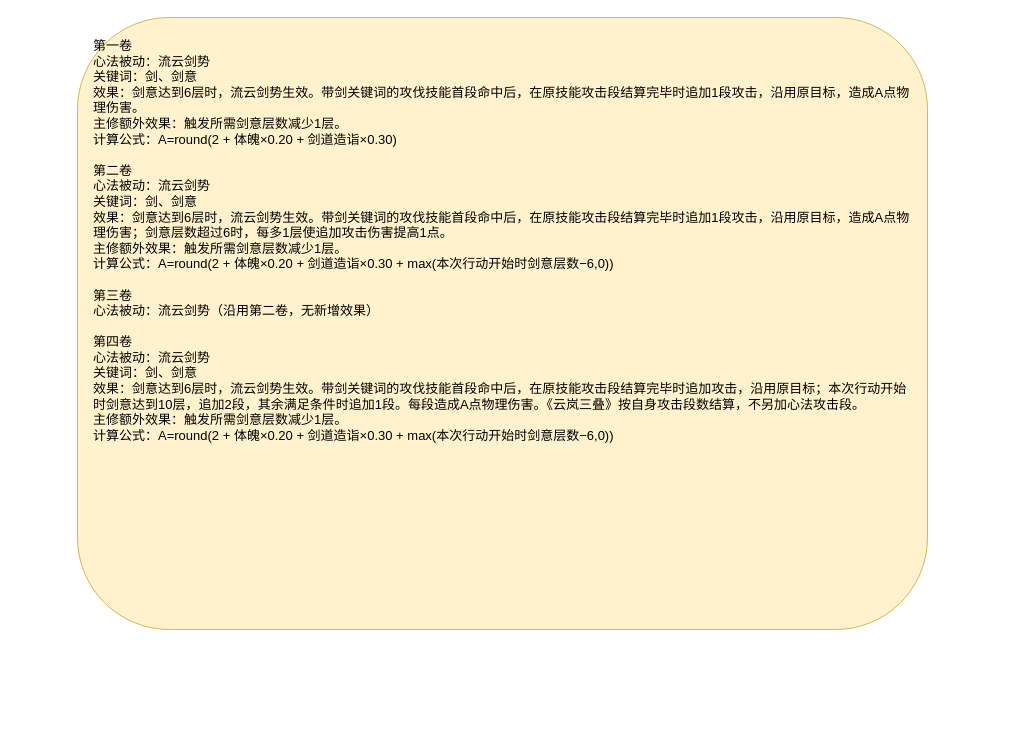
ankundanetracyc-spec/tian-guan-you-du keeps this draw.io diagram as page "流云剑势" (1 of 2) of docs/卡牌词典/秘籍技能/舒卷天章/心法.drawio. Above is the earlier version. Source tidied: cells renumbered, new cells numbered last; positions are measured from the earlier drawing's top-left corner, leaving out a move shared by most shapes. Both pictures are drawn from the tidied source at 100%, with x=0, y=0 at pixel (77, 17).
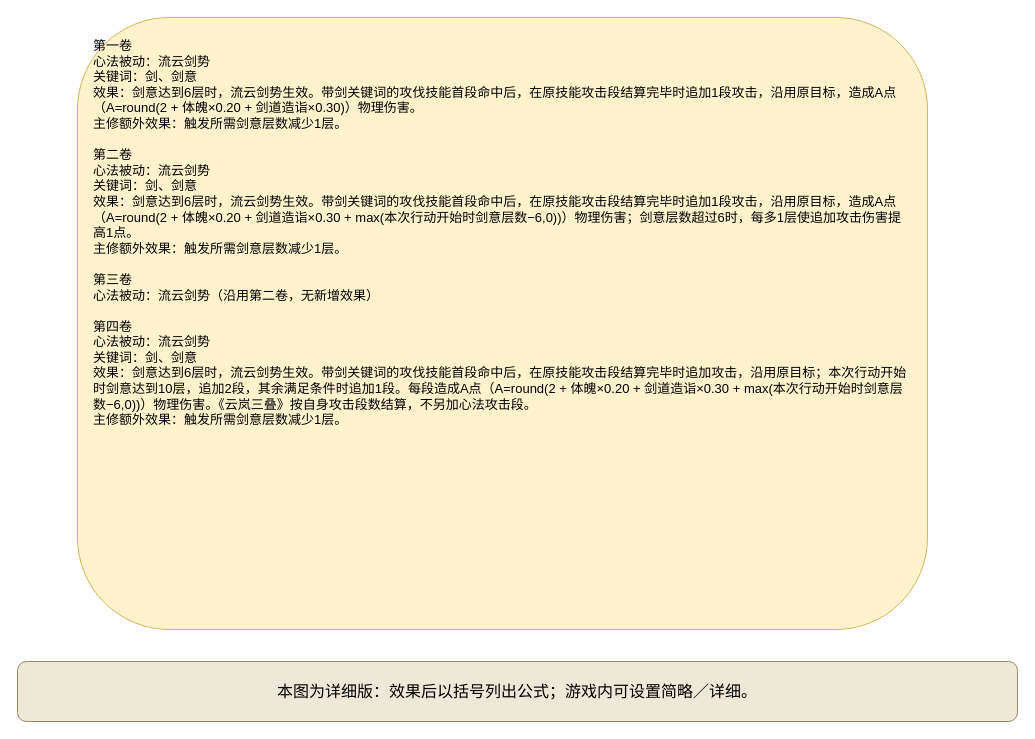
Above is the later version.

What changed in the source:
```diff
@@
 <mxGraphModel>
   <root>
     <mxCell id="0" />
     <mxCell id="1" parent="0" />
-    <mxCell id="2" value="&lt;div style=&quot;text-align:left;&quot;&gt;第一卷&lt;br&gt;心法被动：流云剑势&lt;br&gt;关键词：剑、剑意&lt;br&gt;效果：剑意达到6层时，流云剑势生效。带剑关键词的攻伐技能首段命中后，在原技能攻击段结算完毕时追加1段攻击，沿用原目标，造成A点物理伤害。&lt;br&gt;主修额外效果：触发所需剑意层数减少1层。&lt;br&gt;计算公式：A=round(2 + 体魄×0.20 + 剑道造诣×0.30)&lt;br&gt;&lt;br&gt;第二卷&lt;br&gt;心法被动：流云剑势&lt;br&gt;关键词：剑、剑意&lt;br&gt;效果：剑意达到6层时，流云剑势生效。带剑关键词的攻伐技能首段命中后，在原技能攻击段结算完毕时追加1段攻击，沿用原目标，造成A点物理伤害；剑意层数超过6时，每多1层使追加攻击伤害提高1点。&lt;br&gt;主修额外效果：触发所需剑意层数减少1层。&lt;br&gt;计算公式：A=round(2 + 体魄×0.20 + 剑道造诣×0.30 + max(本次行动开始时剑意层数−6,0))&lt;br&gt;&lt;br&gt;第三卷&lt;br&gt;心法被动：流云剑势（沿用第二卷，无新增效果）&lt;br&gt;&lt;br&gt;第四卷&lt;br&gt;心法被动：流云剑势&lt;br&gt;关键词：剑、剑意&lt;br&gt;效果：剑意达到6层时，流云剑势生效。带剑关键词的攻伐技能首段命中后，在原技能攻击段结算完毕时追加攻击，沿用原目标；本次行动开始时剑意达到10层，追加2段，其余满足条件时追加1段。每段造成A点物理伤害。《云岚三叠》按自身攻击段数结算，不另加心法攻击段。&lt;br&gt;主修额外效果：触发所需剑意层数减少1层。&lt;br&gt;计算公式：A=round(2 + 体魄×0.20 + 剑道造诣×0.30 + max(本次行动开始时剑意层数−6,0))&lt;/div&gt;" style="rounded=1;whiteSpace=wrap;html=1;fillColor=#fff2cc;strokeColor=#d6b656;fontSize=13;align=left;verticalAlign=top;spacing=16;" parent="1" vertex="1">
+    <mxCell id="2" value="第一卷&#10;心法被动：流云剑势&#10;关键词：剑、剑意&#10;效果：剑意达到6层时，流云剑势生效。带剑关键词的攻伐技能首段命中后，在原技能攻击段结算完毕时追加1段攻击，沿用原目标，造成A点（A=round(2 + 体魄×0.20 + 剑道造诣×0.30)）物理伤害。&#10;主修额外效果：触发所需剑意层数减少1层。&#10;&#10;第二卷&#10;心法被动：流云剑势&#10;关键词：剑、剑意&#10;效果：剑意达到6层时，流云剑势生效。带剑关键词的攻伐技能首段命中后，在原技能攻击段结算完毕时追加1段攻击，沿用原目标，造成A点（A=round(2 + 体魄×0.20 + 剑道造诣×0.30 + max(本次行动开始时剑意层数−6,0))）物理伤害；剑意层数超过6时，每多1层使追加攻击伤害提高1点。&#10;主修额外效果：触发所需剑意层数减少1层。&#10;&#10;第三卷&#10;心法被动：流云剑势（沿用第二卷，无新增效果）&#10;&#10;第四卷&#10;心法被动：流云剑势&#10;关键词：剑、剑意&#10;效果：剑意达到6层时，流云剑势生效。带剑关键词的攻伐技能首段命中后，在原技能攻击段结算完毕时追加攻击，沿用原目标；本次行动开始时剑意达到10层，追加2段，其余满足条件时追加1段。每段造成A点（A=round(2 + 体魄×0.20 + 剑道造诣×0.30 + max(本次行动开始时剑意层数−6,0))）物理伤害。《云岚三叠》按自身攻击段数结算，不另加心法攻击段。&#10;主修额外效果：触发所需剑意层数减少1层。" style="rounded=1;whiteSpace=wrap;html=1;fillColor=#fff2cc;strokeColor=#d6b656;fontSize=13;align=left;verticalAlign=top;spacing=16;" parent="1" vertex="1">
       <mxGeometry width="850" height="612" as="geometry" />
     </mxCell>
+    <mxCell id="3" value="本图为详细版：效果后以括号列出公式；游戏内可设置简略／详细。" style="rounded=1;whiteSpace=wrap;html=1;fillColor=#eee8d8;strokeColor=#9a8967;fontSize=16;" parent="1" vertex="1">
+      <mxGeometry x="-60" y="644" width="1000" height="60" as="geometry" />
+    </mxCell>
   </root>
 </mxGraphModel>
```
